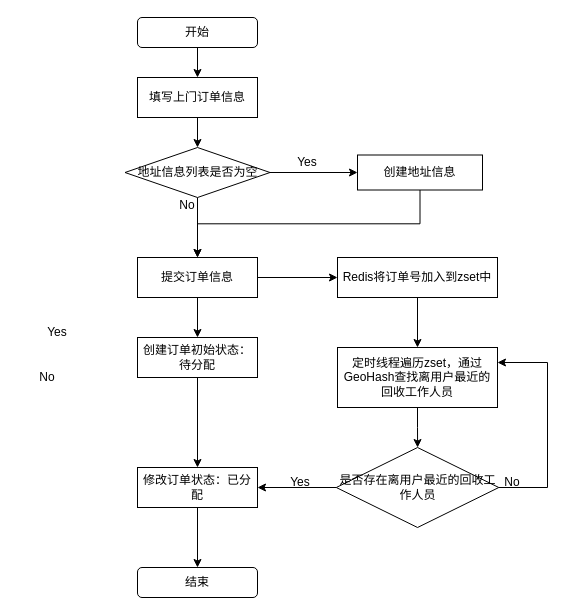
This is 预约上门.drawio from Carlotte-yi/resolve, a draw.io file, before an edit. Source tidied: cells renumbered, new cells numbered last; positions are measured from the earlier drawing's top-left corner, leaving out a move shared by most shapes. Both pictures are drawn from the tidied source at 100%, with x=0, y=0 at pixel (17, 17).
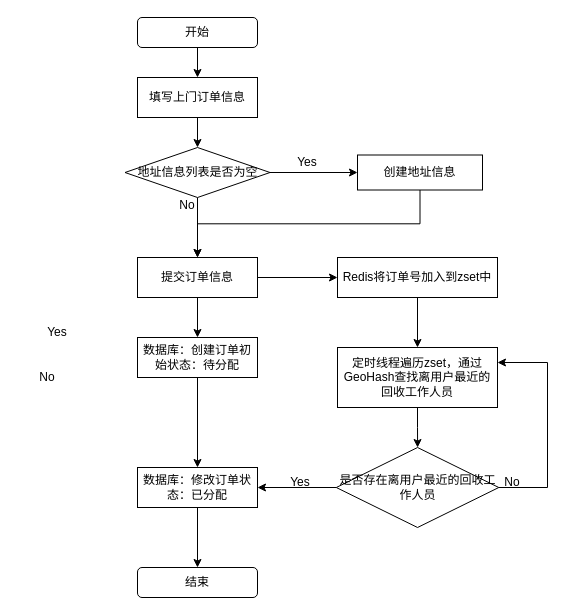
Above is the later version.

Commit message (it also covers changes not shown here):
更新预约上门.drawio

What changed in the source:
```diff
@@
-    <mxCell id="22" value="创建订单初始状态：待分配" style="whiteSpace=wrap;html=1;rounded=0;" parent="1" vertex="1">
+    <mxCell id="22" value="数据库：创建订单初始状态：待分配" style="whiteSpace=wrap;html=1;rounded=0;" parent="1" vertex="1">
       <mxGeometry x="120" y="320" width="120" height="40" as="geometry" />
     </mxCell>
@@
-    <mxCell id="24" value="修改订单状态：已分配" style="whiteSpace=wrap;html=1;rounded=0;" parent="1" vertex="1">
+    <mxCell id="24" value="数据库：修改订单状态：已分配" style="whiteSpace=wrap;html=1;rounded=0;" parent="1" vertex="1">
       <mxGeometry x="120" y="450" width="120" height="40" as="geometry" />
     </mxCell>
```
